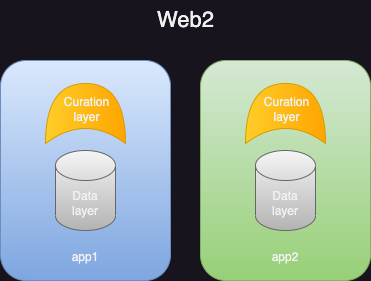
This is .gitbook/assets/bitcache-do vs dc.drawio.png from jadwahab/bitcache-spec, a draw.io export, as it was before one commit. Source tidied: cells renumbered, new cells last; positions are measured from the earlier drawing's top-left corner, leaving out a move shared by most shapes.
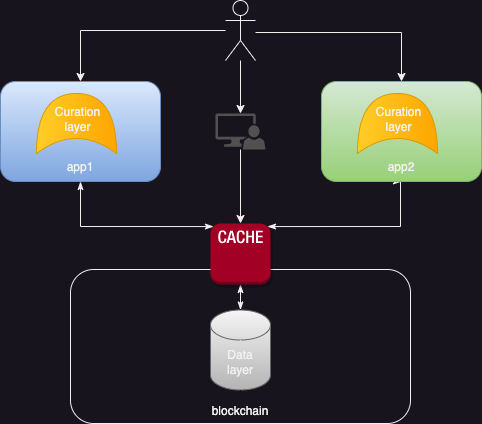
The same file after the commit.

Commit message:
GITBOOK-9: clarify caching layer + FAQ

The edit, as a diff of the source:
```diff
@@ -2,32 +2,76 @@
   <root>
     <mxCell id="0" />
     <mxCell id="1" parent="0" />
-    <mxCell id="2" value="&lt;font style=&quot;font-size: 22px;&quot;&gt;Web2&lt;/font&gt;" style="text;html=1;align=center;verticalAlign=middle;strokeColor=none;fillColor=none;" parent="1" vertex="1">
-      <mxGeometry x="145" width="80" height="40" as="geometry" />
+    <mxCell id="2" value="&lt;br&gt;&lt;br&gt;&lt;br&gt;&lt;br&gt;&lt;br&gt;&lt;br&gt;&lt;br&gt;&lt;br&gt;&lt;br&gt;blockchain" style="rounded=1;whiteSpace=wrap;html=1;" parent="1" vertex="1">
+      <mxGeometry x="13" y="1460" width="340" height="154" as="geometry" />
     </mxCell>
-    <mxCell id="3" value="&lt;br&gt;&lt;br&gt;&lt;br&gt;&lt;br&gt;&lt;br&gt;&lt;br&gt;&lt;br&gt;&lt;br&gt;&lt;br&gt;&lt;br&gt;&lt;br&gt;&lt;br&gt;app1" style="rounded=1;whiteSpace=wrap;html=1;fillColor=#dae8fc;gradientColor=#7ea6e0;strokeColor=#6c8ebf;" parent="1" vertex="1">
-      <mxGeometry y="60" width="170" height="220" as="geometry" />
+    <mxCell id="3" style="edgeStyle=orthogonalEdgeStyle;rounded=0;jettySize=auto;html=1;startArrow=classicThin;startFill=1;endArrow=classicThin;endFill=1;entryX=0.05;entryY=0.05;entryDx=0;entryDy=0;entryPerimeter=0;exitX=0.5;exitY=1;exitDx=0;exitDy=0;" parent="1" edge="1" source="4" target="17">
+      <mxGeometry relative="1" as="geometry">
+        <Array as="points">
+          <mxPoint x="23" y="1417" />
+        </Array>
+      </mxGeometry>
     </mxCell>
-    <mxCell id="4" value="Data&lt;br&gt;layer" style="shape=cylinder3;whiteSpace=wrap;html=1;boundedLbl=1;backgroundOutline=1;size=15;fillColor=#f5f5f5;strokeColor=#666666;gradientColor=#b3b3b3;" parent="1" vertex="1">
-      <mxGeometry x="55" y="150" width="60" height="80" as="geometry" />
+    <mxCell id="4" value="&lt;br&gt;&lt;br&gt;&lt;br&gt;&lt;br&gt;&lt;br&gt;app1" style="rounded=1;whiteSpace=wrap;html=1;fillColor=#dae8fc;gradientColor=#7ea6e0;strokeColor=#6c8ebf;" parent="1" vertex="1">
+      <mxGeometry x="-57" y="1272" width="160" height="100" as="geometry" />
     </mxCell>
-    <mxCell id="5" style="shape=xor;whiteSpace=wrap;html=1;rotation=-90;fillColor=#ffcd28;gradientColor=#ffa500;strokeColor=#d79b00;" parent="1" vertex="1">
-      <mxGeometry x="55" y="73" width="60" height="80" as="geometry" />
+    <mxCell id="5" value="Data&lt;br&gt;layer" style="shape=cylinder3;whiteSpace=wrap;html=1;boundedLbl=1;backgroundOutline=1;size=15;fillColor=#f5f5f5;gradientColor=#b3b3b3;strokeColor=#666666;" parent="1" vertex="1">
+      <mxGeometry x="153" y="1500.5" width="60" height="80" as="geometry" />
     </mxCell>
-    <mxCell id="6" value="Curation&lt;br&gt;layer" style="text;html=1;align=center;verticalAlign=middle;strokeColor=none;fillColor=none;" parent="1" vertex="1">
-      <mxGeometry x="51" y="89" width="70" height="40" as="geometry" />
+    <mxCell id="6" style="edgeStyle=orthogonalEdgeStyle;rounded=0;jettySize=auto;html=1;startArrow=classicThin;startFill=1;endArrow=classicThin;endFill=1;entryX=0.95;entryY=0.05;entryDx=0;entryDy=0;entryPerimeter=0;exitX=0.5;exitY=1;exitDx=0;exitDy=0;" parent="1" edge="1" source="7" target="17">
+      <mxGeometry relative="1" as="geometry">
+        <Array as="points">
+          <mxPoint x="343" y="1372" />
+          <mxPoint x="343" y="1417" />
+        </Array>
+      </mxGeometry>
     </mxCell>
-    <mxCell id="7" value="&lt;br&gt;&lt;br&gt;&lt;br&gt;&lt;br&gt;&lt;br&gt;&lt;br&gt;&lt;br&gt;&lt;br&gt;&lt;br&gt;&lt;br&gt;&lt;br&gt;&lt;br&gt;app2" style="rounded=1;whiteSpace=wrap;html=1;fillColor=#d5e8d4;gradientColor=#97d077;strokeColor=#82b366;" parent="1" vertex="1">
-      <mxGeometry x="200" y="60" width="170" height="220" as="geometry" />
+    <mxCell id="7" value="&lt;br&gt;&lt;br&gt;&lt;br&gt;&lt;br&gt;&lt;br&gt;app2" style="rounded=1;whiteSpace=wrap;html=1;fillColor=#d5e8d4;gradientColor=#97d077;strokeColor=#82b366;" parent="1" vertex="1">
+      <mxGeometry x="264" y="1272" width="160" height="100" as="geometry" />
     </mxCell>
-    <mxCell id="8" value="Data&lt;br&gt;layer" style="shape=cylinder3;whiteSpace=wrap;html=1;boundedLbl=1;backgroundOutline=1;size=15;fillColor=#f5f5f5;strokeColor=#666666;gradientColor=#b3b3b3;" parent="1" vertex="1">
-      <mxGeometry x="255" y="150" width="60" height="80" as="geometry" />
+    <mxCell id="8" style="shape=xor;whiteSpace=wrap;html=1;rotation=-90;fillColor=#ffcd28;gradientColor=#ffa500;strokeColor=#d79b00;" parent="1" vertex="1">
+      <mxGeometry x="-11" y="1274" width="60" height="80" as="geometry" />
     </mxCell>
-    <mxCell id="9" style="shape=xor;whiteSpace=wrap;html=1;rotation=-90;fillColor=#ffcd28;gradientColor=#ffa500;strokeColor=#d79b00;" parent="1" vertex="1">
-      <mxGeometry x="255" y="73" width="60" height="80" as="geometry" />
+    <mxCell id="9" value="Curation&lt;br&gt;layer" style="text;html=1;align=center;verticalAlign=middle;strokeColor=none;fillColor=none;" parent="1" vertex="1">
+      <mxGeometry x="-15" y="1290" width="70" height="40" as="geometry" />
     </mxCell>
-    <mxCell id="10" value="Curation&lt;br&gt;layer" style="text;html=1;align=center;verticalAlign=middle;strokeColor=none;fillColor=none;" parent="1" vertex="1">
-      <mxGeometry x="251" y="89" width="70" height="40" as="geometry" />
+    <mxCell id="10" style="shape=xor;whiteSpace=wrap;html=1;rotation=-90;fillColor=#ffcd28;gradientColor=#ffa500;strokeColor=#d79b00;" parent="1" vertex="1">
+      <mxGeometry x="310" y="1274" width="60" height="80" as="geometry" />
     </mxCell>
+    <mxCell id="11" value="Curation&lt;br&gt;layer" style="text;html=1;align=center;verticalAlign=middle;strokeColor=none;fillColor=none;" parent="1" vertex="1">
+      <mxGeometry x="306" y="1290" width="70" height="40" as="geometry" />
+    </mxCell>
+    <mxCell id="12" style="edgeStyle=orthogonalEdgeStyle;rounded=0;jettySize=auto;html=1;entryX=0.5;entryY=0;entryDx=0;entryDy=0;" parent="1" edge="1" source="15" target="4">
+      <mxGeometry relative="1" as="geometry">
+        <Array as="points">
+          <mxPoint x="23" y="1221" />
+        </Array>
+      </mxGeometry>
+    </mxCell>
+    <mxCell id="13" style="edgeStyle=orthogonalEdgeStyle;rounded=0;jettySize=auto;html=1;entryX=0.5;entryY=0;entryDx=0;entryDy=0;" parent="1" edge="1" source="15" target="7">
+      <mxGeometry relative="1" as="geometry">
+        <Array as="points">
+          <mxPoint x="344" y="1223" />
+        </Array>
+      </mxGeometry>
+    </mxCell>
+    <mxCell id="14" style="edgeStyle=orthogonalEdgeStyle;rounded=0;jettySize=auto;html=1;" parent="1" edge="1" source="15" target="19">
+      <mxGeometry relative="1" as="geometry" />
+    </mxCell>
+    <mxCell id="15" style="shape=umlActor;verticalLabelPosition=bottom;verticalAlign=top;html=1;outlineConnect=0;" parent="1" vertex="1">
+      <mxGeometry x="168" y="1191" width="30" height="60" as="geometry" />
+    </mxCell>
+    <mxCell id="16" style="edgeStyle=orthogonalEdgeStyle;rounded=0;jettySize=auto;html=1;startArrow=classicThin;startFill=1;endArrow=classicThin;endFill=1;" parent="1" edge="1" source="17" target="5">
+      <mxGeometry relative="1" as="geometry" />
+    </mxCell>
+    <mxCell id="17" style="outlineConnect=0;dashed=0;verticalLabelPosition=bottom;verticalAlign=top;align=center;html=1;shape=mxgraph.aws3.cache_node;fillColor=#a20025;strokeColor=#6F0000;fontColor=#ffffff;shadow=1;" parent="1" vertex="1">
+      <mxGeometry x="153" y="1414" width="60" height="61" as="geometry" />
+    </mxCell>
+    <mxCell id="18" style="edgeStyle=orthogonalEdgeStyle;rounded=0;jettySize=auto;html=1;entryX=0.5;entryY=0;entryDx=0;entryDy=0;entryPerimeter=0;" parent="1" edge="1" source="19" target="17">
+      <mxGeometry relative="1" as="geometry" />
+    </mxCell>
+    <mxCell id="19" style="sketch=0;shadow=0;dashed=0;html=1;strokeColor=none;labelPosition=center;verticalLabelPosition=bottom;verticalAlign=top;align=center;fillColor=#515151;shape=mxgraph.mscae.system_center.admin_console;" parent="1" vertex="1">
+      <mxGeometry x="158" y="1304" width="50" height="36" as="geometry" />
+    </mxCell>
   </root>
 </mxGraphModel>
```
